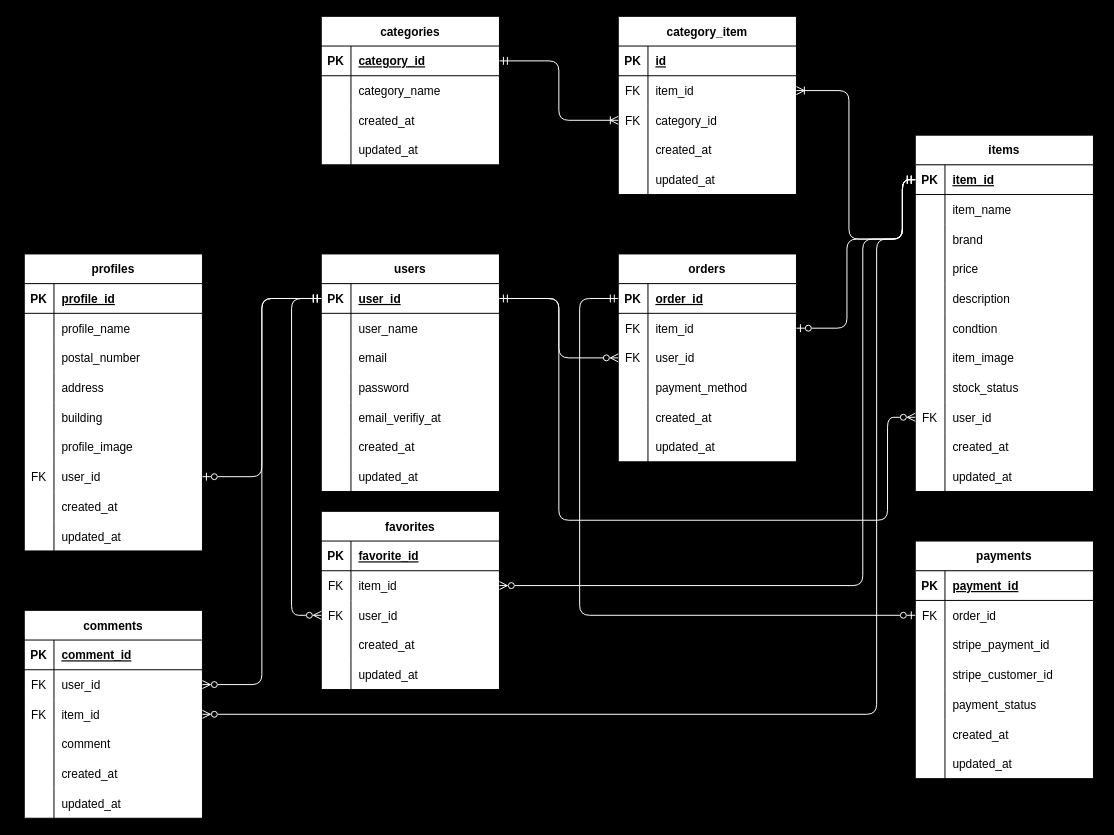
Before: flea_markets_er.dio in ayuka-maruyama/coachtech_flea_markets, a draw.io diagram. Source tidied: cells renumbered, new cells numbered last; positions are measured from the earlier drawing's top-left corner, leaving out a move shared by most shapes. Both pictures are drawn from the tidied source at 99%, with x=0, y=0 at pixel (24, 16).
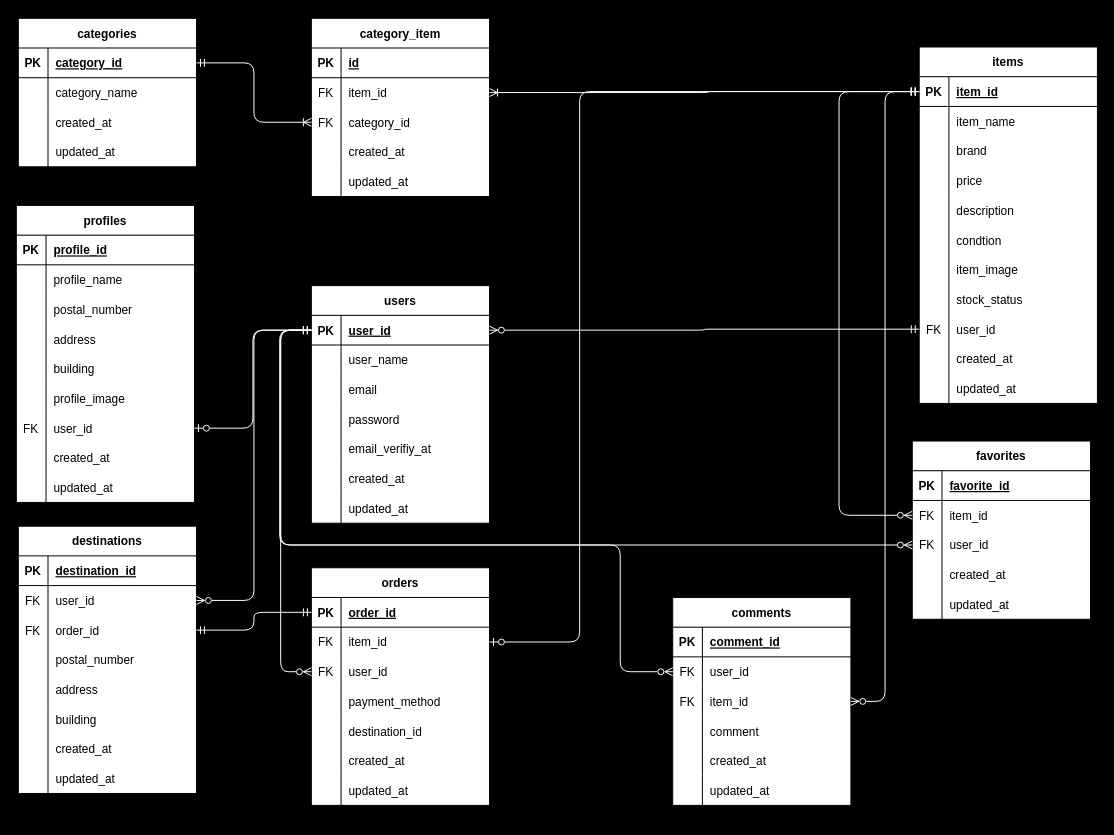
The same page after the edit.

Commit message:
destinationsテーブルの作成

paymentsテーブルを作成していたが、使用しないため削除
destinationsテーブルは購入時の送付先情報を保存するテーブルとして新規作成
テーブル構造変更によるER図の修正

The change refers to these unchanged cells:
```xml
<mxCell id="3" style="shape=tableRow;horizontal=0;startSize=0;swimlaneHead=0;swimlaneBody=0;fillColor=none;points=[[0,0.5],[1,0.5]];portConstraint=eastwest;top=0;left=0;right=0;bottom=1;" parent="2" vertex="1">
  <mxGeometry y="30" width="180" height="30" as="geometry" />
</mxCell>
<mxCell id="16" style="shape=tableRow;horizontal=0;startSize=0;swimlaneHead=0;swimlaneBody=0;fillColor=none;points=[[0,0.5],[1,0.5]];portConstraint=eastwest;top=0;left=0;right=0;bottom=1;" parent="15" vertex="1">
  <mxGeometry y="30" width="180" height="30" as="geometry" />
</mxCell>
<mxCell id="41" style="shape=tableRow;horizontal=0;startSize=0;swimlaneHead=0;swimlaneBody=0;fillColor=none;points=[[0,0.5],[1,0.5]];portConstraint=eastwest;top=0;left=0;right=0;bottom=0;" parent="37" vertex="1">
  <mxGeometry y="60" width="180" height="30" as="geometry" />
</mxCell>
<mxCell id="44" style="shape=tableRow;horizontal=0;startSize=0;swimlaneHead=0;swimlaneBody=0;fillColor=none;points=[[0,0.5],[1,0.5]];portConstraint=eastwest;top=0;left=0;right=0;bottom=0;" parent="37" vertex="1">
  <mxGeometry y="90" width="180" height="30" as="geometry" />
</mxCell>
<mxCell id="54" style="shape=tableRow;horizontal=0;startSize=0;swimlaneHead=0;swimlaneBody=0;fillColor=none;points=[[0,0.5],[1,0.5]];portConstraint=eastwest;top=0;left=0;right=0;bottom=1;" parent="53" vertex="1">
  <mxGeometry y="30" width="180" height="30" as="geometry" />
</mxCell>
<mxCell id="78" style="shape=tableRow;horizontal=0;startSize=0;swimlaneHead=0;swimlaneBody=0;fillColor=none;points=[[0,0.5],[1,0.5]];portConstraint=eastwest;top=0;left=0;right=0;bottom=0;" parent="53" vertex="1">
  <mxGeometry y="270" width="180" height="30" as="geometry" />
</mxCell>
<mxCell id="90" style="shape=tableRow;horizontal=0;startSize=0;swimlaneHead=0;swimlaneBody=0;fillColor=none;points=[[0,0.5],[1,0.5]];portConstraint=eastwest;top=0;left=0;right=0;bottom=1;" parent="89" vertex="1">
  <mxGeometry y="30" width="180" height="30" as="geometry" />
</mxCell>
<mxCell id="93" style="shape=tableRow;horizontal=0;startSize=0;swimlaneHead=0;swimlaneBody=0;fillColor=none;points=[[0,0.5],[1,0.5]];portConstraint=eastwest;top=0;left=0;right=0;bottom=0;" parent="89" vertex="1">
  <mxGeometry y="60" width="180" height="30" as="geometry" />
</mxCell>
<mxCell id="96" style="shape=tableRow;horizontal=0;startSize=0;swimlaneHead=0;swimlaneBody=0;fillColor=none;points=[[0,0.5],[1,0.5]];portConstraint=eastwest;top=0;left=0;right=0;bottom=0;" parent="89" vertex="1">
  <mxGeometry y="90" width="180" height="30" as="geometry" />
</mxCell>
<mxCell id="128" style="shape=tableRow;horizontal=0;startSize=0;swimlaneHead=0;swimlaneBody=0;fillColor=none;points=[[0,0.5],[1,0.5]];portConstraint=eastwest;top=0;left=0;right=0;bottom=0;" parent="109" vertex="1">
  <mxGeometry y="210" width="180" height="30" as="geometry" />
</mxCell>
<mxCell id="140" style="shape=tableRow;horizontal=0;startSize=0;swimlaneHead=0;swimlaneBody=0;fillColor=none;top=0;left=0;right=0;bottom=1;" parent="139" vertex="1">
  <mxGeometry y="30" width="180" height="30" as="geometry" />
</mxCell>
<mxCell id="143" style="shape=tableRow;horizontal=0;startSize=0;swimlaneHead=0;swimlaneBody=0;fillColor=none;points=[[0,0.5],[1,0.5]];portConstraint=eastwest;top=0;left=0;right=0;bottom=0;" parent="139" vertex="1">
  <mxGeometry y="60" width="180" height="30" as="geometry" />
</mxCell>
<mxCell id="165" style="shape=tableRow;horizontal=0;startSize=0;swimlaneHead=0;swimlaneBody=0;fillColor=none;points=[[0,0.5],[1,0.5]];portConstraint=eastwest;top=0;left=0;right=0;bottom=0;" parent="161" vertex="1">
  <mxGeometry y="60" width="180" height="30" as="geometry" />
</mxCell>
<mxCell id="168" style="shape=tableRow;horizontal=0;startSize=0;swimlaneHead=0;swimlaneBody=0;fillColor=none;points=[[0,0.5],[1,0.5]];portConstraint=eastwest;top=0;left=0;right=0;bottom=0;" parent="161" vertex="1">
  <mxGeometry y="90" width="180" height="30" as="geometry" />
</mxCell>
<mxCell id="185" style="shape=tableRow;horizontal=0;startSize=0;swimlaneHead=0;swimlaneBody=0;fillColor=none;points=[[0,0.5],[1,0.5]];portConstraint=eastwest;top=0;left=0;right=0;bottom=0;" parent="181" vertex="1">
  <mxGeometry y="60" width="180" height="30" as="geometry" />
</mxCell>
<mxCell id="188" style="shape=tableRow;horizontal=0;startSize=0;swimlaneHead=0;swimlaneBody=0;fillColor=none;points=[[0,0.5],[1,0.5]];portConstraint=eastwest;top=0;left=0;right=0;bottom=0;" parent="181" vertex="1">
  <mxGeometry y="90" width="180" height="30" as="geometry" />
</mxCell>
```

Change to the diagram source:
```diff
@@
     <mxCell id="2" value="categories" style="shape=table;startSize=30;childLayout=tableLayout;rowLines=0;fontStyle=1;align=center;fillColor=default;swimlaneFillColor=default;" parent="1" vertex="1">
-      <mxGeometry x="300" width="180" height="150" as="geometry" />
+      <mxGeometry x="-6" y="2" width="180" height="150" as="geometry" />
     </mxCell>
@@
     <mxCell id="15" value="users" style="shape=table;startSize=30;childLayout=tableLayout;rowLines=0;fontStyle=1;align=center;fillColor=default;swimlaneFillColor=default;" parent="1" vertex="1">
-      <mxGeometry x="300" y="240" width="180" height="240" as="geometry" />
+      <mxGeometry x="290" y="272" width="180" height="240" as="geometry" />
     </mxCell>
@@
     <mxCell id="37" value="category_item" style="shape=table;startSize=30;childLayout=tableLayout;rowLines=0;fontStyle=1;align=center;fillColor=default;swimlaneFillColor=default;" parent="1" vertex="1">
-      <mxGeometry x="600" width="180" height="180" as="geometry" />
+      <mxGeometry x="290" y="2" width="180" height="180" as="geometry" />
     </mxCell>
@@
     <mxCell id="53" value="items" style="shape=table;startSize=30;childLayout=tableLayout;rowLines=0;fontStyle=1;align=center;fillColor=default;swimlaneFillColor=default;" parent="1" vertex="1">
-      <mxGeometry x="900" y="120" width="180" height="360" as="geometry" />
+      <mxGeometry x="904" y="31" width="180" height="360" as="geometry" />
     </mxCell>
@@
-    <mxCell id="87" style="edgeStyle=orthogonalEdgeStyle;html=1;exitX=1;exitY=0.5;exitDx=0;exitDy=0;entryX=0;entryY=0.5;entryDx=0;entryDy=0;startArrow=ERoneToMany;startFill=0;endArrow=ERmandOne;endFill=0;strokeColor=#FFFFFF;" parent="1" edge="1" source="41" target="54">
-      <mxGeometry relative="1" as="geometry">
-        <Array as="points">
-          <mxPoint x="833" y="75" />
-          <mxPoint x="833" y="225" />
-          <mxPoint x="887" y="225" />
-          <mxPoint x="887" y="165" />
-        </Array>
-      </mxGeometry>
-    </mxCell>
-    <mxCell id="88" style="edgeStyle=orthogonalEdgeStyle;html=1;exitX=0;exitY=0.5;exitDx=0;exitDy=0;entryX=1;entryY=0.5;entryDx=0;entryDy=0;startArrow=ERoneToMany;startFill=0;endArrow=ERmandOne;endFill=0;strokeColor=#FFFFFF;" parent="1" edge="1" source="44" target="3">
-      <mxGeometry relative="1" as="geometry" />
-    </mxCell>
     <mxCell id="89" value="orders" style="shape=table;startSize=30;childLayout=tableLayout;rowLines=0;fontStyle=1;align=center;fillColor=default;swimlaneFillColor=default;" parent="1" vertex="1">
-      <mxGeometry x="600" y="240" width="180" height="210" as="geometry" />
+      <mxGeometry x="290" y="557" width="180" height="240" as="geometry" />
     </mxCell>
@@
+    <mxCell id="202" style="shape=tableRow;horizontal=0;startSize=0;swimlaneHead=0;swimlaneBody=0;fillColor=none;top=0;left=0;right=0;bottom=0;" parent="89" vertex="1">
+      <mxGeometry y="150" width="180" height="30" as="geometry" />
+    </mxCell>
+    <mxCell id="203" style="shape=partialRectangle;fillColor=none;top=0;left=0;bottom=0;right=0;overflow=hidden;" parent="202" vertex="1">
+      <mxGeometry width="30" height="30" as="geometry" />
+    </mxCell>
+    <mxCell id="204" value="destination_id" style="shape=partialRectangle;fillColor=none;top=0;left=0;bottom=0;right=0;align=left;spacingLeft=6;overflow=hidden;" parent="202" vertex="1">
+      <mxGeometry x="30" width="150" height="30" as="geometry" />
+    </mxCell>
     <mxCell id="102" style="shape=tableRow;horizontal=0;startSize=0;swimlaneHead=0;swimlaneBody=0;fillColor=none;top=0;left=0;right=0;bottom=0;" parent="89" vertex="1">
-      <mxGeometry y="150" width="180" height="30" as="geometry" />
+      <mxGeometry y="180" width="180" height="30" as="geometry" />
     </mxCell>
@@
     <mxCell id="105" style="shape=tableRow;horizontal=0;startSize=0;swimlaneHead=0;swimlaneBody=0;fillColor=none;top=0;left=0;right=0;bottom=0;" parent="89" vertex="1">
-      <mxGeometry y="180" width="180" height="30" as="geometry" />
+      <mxGeometry y="210" width="180" height="30" as="geometry" />
     </mxCell>
@@
-    <mxCell id="108" style="edgeStyle=orthogonalEdgeStyle;html=1;exitX=0;exitY=0.5;exitDx=0;exitDy=0;entryX=1;entryY=0.5;entryDx=0;entryDy=0;startArrow=ERzeroToMany;startFill=0;endArrow=ERmandOne;endFill=0;strokeColor=#FFFFFF;" parent="1" edge="1" source="96" target="16">
-      <mxGeometry relative="1" as="geometry" />
-    </mxCell>
     <mxCell id="109" value="profiles" style="shape=table;startSize=30;childLayout=tableLayout;rowLines=0;fontStyle=1;align=center;fillColor=default;swimlaneFillColor=default;" parent="1" vertex="1">
-      <mxGeometry y="240" width="180" height="300" as="geometry" />
+      <mxGeometry x="-8" y="191" width="180" height="300" as="geometry" />
     </mxCell>
@@
-    <mxCell id="137" style="edgeStyle=orthogonalEdgeStyle;html=1;exitX=1;exitY=0.5;exitDx=0;exitDy=0;entryX=0;entryY=0.5;entryDx=0;entryDy=0;startArrow=ERzeroToOne;startFill=0;endArrow=ERmandOne;endFill=0;strokeColor=#FFFFFF;" parent="1" edge="1" source="128" target="16">
-      <mxGeometry relative="1" as="geometry" />
-    </mxCell>
-    <mxCell id="138" style="edgeStyle=orthogonalEdgeStyle;html=1;exitX=1;exitY=0.5;exitDx=0;exitDy=0;entryX=0;entryY=0.5;entryDx=0;entryDy=0;startArrow=ERzeroToOne;startFill=0;endArrow=ERmandOne;endFill=0;strokeColor=#FFFFFF;" parent="1" edge="1" source="93" target="54">
-      <mxGeometry relative="1" as="geometry">
-        <Array as="points">
-          <mxPoint x="831" y="315" />
-          <mxPoint x="831" y="225" />
-          <mxPoint x="887" y="225" />
-          <mxPoint x="887" y="165" />
-        </Array>
-      </mxGeometry>
-    </mxCell>
-    <mxCell id="139" value="payments" style="shape=table;startSize=30;childLayout=tableLayout;rowLines=0;fontStyle=1;align=center;fillColor=default;swimlaneFillColor=default;" parent="1" vertex="1">
-      <mxGeometry x="900" y="530" width="180" height="240" as="geometry" />
+    <mxCell id="139" value="destinations" style="shape=table;startSize=30;childLayout=tableLayout;rowLines=0;fontStyle=1;align=center;fillColor=default;swimlaneFillColor=default;" parent="1" vertex="1">
+      <mxGeometry x="-6" y="515" width="180" height="270" as="geometry" />
     </mxCell>
@@
-    <mxCell id="142" value="payment_id" style="shape=partialRectangle;fillColor=none;top=0;left=0;bottom=0;right=0;align=left;spacingLeft=6;fontStyle=5;overflow=hidden;" parent="140" vertex="1">
+    <mxCell id="142" value="destination_id" style="shape=partialRectangle;fillColor=none;top=0;left=0;bottom=0;right=0;align=left;spacingLeft=6;fontStyle=5;overflow=hidden;" parent="140" vertex="1">
       <mxGeometry x="30" width="150" height="30" as="geometry" />
     </mxCell>
@@
-    <mxCell id="145" value="order_id" style="shape=partialRectangle;fillColor=none;top=0;left=0;bottom=0;right=0;align=left;spacingLeft=6;overflow=hidden;" parent="143" vertex="1">
+    <mxCell id="145" value="user_id" style="shape=partialRectangle;fillColor=none;top=0;left=0;bottom=0;right=0;align=left;spacingLeft=6;overflow=hidden;" parent="143" vertex="1">
       <mxGeometry x="30" width="150" height="30" as="geometry" />
     </mxCell>
+    <mxCell id="205" style="shape=tableRow;horizontal=0;startSize=0;swimlaneHead=0;swimlaneBody=0;fillColor=none;points=[[0,0.5],[1,0.5]];portConstraint=eastwest;top=0;left=0;right=0;bottom=0;" parent="139" vertex="1">
+      <mxGeometry y="90" width="180" height="30" as="geometry" />
+    </mxCell>
+    <mxCell id="206" value="FK" style="shape=partialRectangle;fillColor=none;top=0;left=0;bottom=0;right=0;overflow=hidden;" parent="205" vertex="1">
+      <mxGeometry width="30" height="30" as="geometry" />
+    </mxCell>
+    <mxCell id="207" value="order_id" style="shape=partialRectangle;fillColor=none;top=0;left=0;bottom=0;right=0;align=left;spacingLeft=6;overflow=hidden;" parent="205" vertex="1">
+      <mxGeometry x="30" width="150" height="30" as="geometry" />
+    </mxCell>
     <mxCell id="146" style="shape=tableRow;horizontal=0;startSize=0;swimlaneHead=0;swimlaneBody=0;fillColor=none;top=0;left=0;right=0;bottom=0;" parent="139" vertex="1">
-      <mxGeometry y="90" width="180" height="30" as="geometry" />
+      <mxGeometry y="120" width="180" height="30" as="geometry" />
     </mxCell>
@@
-    <mxCell id="148" value="stripe_payment_id" style="shape=partialRectangle;fillColor=none;top=0;left=0;bottom=0;right=0;align=left;spacingLeft=6;overflow=hidden;" parent="146" vertex="1">
+    <mxCell id="148" value="postal_number" style="shape=partialRectangle;fillColor=none;top=0;left=0;bottom=0;right=0;align=left;spacingLeft=6;overflow=hidden;" parent="146" vertex="1">
       <mxGeometry x="30" width="150" height="30" as="geometry" />
     </mxCell>
     <mxCell id="149" style="shape=tableRow;horizontal=0;startSize=0;swimlaneHead=0;swimlaneBody=0;fillColor=none;top=0;left=0;right=0;bottom=0;" parent="139" vertex="1">
-      <mxGeometry y="120" width="180" height="30" as="geometry" />
+      <mxGeometry y="150" width="180" height="30" as="geometry" />
     </mxCell>
@@
-    <mxCell id="151" value="stripe_customer_id" style="shape=partialRectangle;fillColor=none;top=0;left=0;bottom=0;right=0;align=left;spacingLeft=6;overflow=hidden;" parent="149" vertex="1">
+    <mxCell id="151" value="address" style="shape=partialRectangle;fillColor=none;top=0;left=0;bottom=0;right=0;align=left;spacingLeft=6;overflow=hidden;" parent="149" vertex="1">
       <mxGeometry x="30" width="150" height="30" as="geometry" />
     </mxCell>
     <mxCell id="152" style="shape=tableRow;horizontal=0;startSize=0;swimlaneHead=0;swimlaneBody=0;fillColor=none;top=0;left=0;right=0;bottom=0;" parent="139" vertex="1">
-      <mxGeometry y="150" width="180" height="30" as="geometry" />
+      <mxGeometry y="180" width="180" height="30" as="geometry" />
     </mxCell>
@@
-    <mxCell id="154" value="payment_status" style="shape=partialRectangle;fillColor=none;top=0;left=0;bottom=0;right=0;align=left;spacingLeft=6;overflow=hidden;" parent="152" vertex="1">
+    <mxCell id="154" value="building" style="shape=partialRectangle;fillColor=none;top=0;left=0;bottom=0;right=0;align=left;spacingLeft=6;overflow=hidden;" parent="152" vertex="1">
       <mxGeometry x="30" width="150" height="30" as="geometry" />
     </mxCell>
     <mxCell id="155" style="shape=tableRow;horizontal=0;startSize=0;swimlaneHead=0;swimlaneBody=0;fillColor=none;top=0;left=0;right=0;bottom=0;" parent="139" vertex="1">
-      <mxGeometry y="180" width="180" height="30" as="geometry" />
+      <mxGeometry y="210" width="180" height="30" as="geometry" />
     </mxCell>
@@
     <mxCell id="158" style="shape=tableRow;horizontal=0;startSize=0;swimlaneHead=0;swimlaneBody=0;fillColor=none;top=0;left=0;right=0;bottom=0;" parent="139" vertex="1">
-      <mxGeometry y="210" width="180" height="30" as="geometry" />
+      <mxGeometry y="240" width="180" height="30" as="geometry" />
     </mxCell>
@@
     <mxCell id="161" value="comments" style="shape=table;startSize=30;childLayout=tableLayout;rowLines=0;fontStyle=1;align=center;fillColor=default;swimlaneFillColor=default;" parent="1" vertex="1">
-      <mxGeometry y="600" width="180" height="210" as="geometry" />
+      <mxGeometry x="655" y="587" width="180" height="210" as="geometry" />
     </mxCell>
@@
-    <mxCell id="180" style="edgeStyle=orthogonalEdgeStyle;html=1;exitX=1;exitY=0.5;exitDx=0;exitDy=0;entryX=0;entryY=0.5;entryDx=0;entryDy=0;startArrow=ERzeroToMany;startFill=0;endArrow=ERmandOne;endFill=0;strokeColor=#FFFFFF;" parent="1" edge="1" source="168" target="54">
-      <mxGeometry relative="1" as="geometry">
-        <Array as="points">
-          <mxPoint x="861" y="705" />
-          <mxPoint x="861" y="225" />
-          <mxPoint x="887" y="225" />
-          <mxPoint x="887" y="165" />
-        </Array>
-      </mxGeometry>
-    </mxCell>
     <mxCell id="181" value="favorites" style="shape=table;startSize=30;childLayout=tableLayout;rowLines=0;fontStyle=1;align=center;fillColor=default;swimlaneFillColor=default;" parent="1" vertex="1">
-      <mxGeometry x="300" y="500" width="180" height="180" as="geometry" />
+      <mxGeometry x="897" y="429" width="180" height="180" as="geometry" />
     </mxCell>
@@
+    <mxCell id="208" style="edgeStyle=orthogonalEdgeStyle;html=1;exitX=1;exitY=0.5;exitDx=0;exitDy=0;entryX=0;entryY=0.5;entryDx=0;entryDy=0;endArrow=ERoneToMany;endFill=0;startArrow=ERmandOne;startFill=0;strokeColor=#FFFFFF;" parent="1" edge="1" source="3" target="44">
+      <mxGeometry relative="1" as="geometry" />
+    </mxCell>
+    <mxCell id="87" style="edgeStyle=orthogonalEdgeStyle;html=1;exitX=1;exitY=0.5;exitDx=0;exitDy=0;entryX=0;entryY=0.5;entryDx=0;entryDy=0;startArrow=ERoneToMany;startFill=0;endArrow=ERmandOne;endFill=0;strokeColor=#FFFFFF;" parent="1" edge="1" source="41" target="54">
+      <mxGeometry relative="1" as="geometry">
+        <Array as="points">
+          <mxPoint x="691" y="77" />
+        </Array>
+      </mxGeometry>
+    </mxCell>
+    <mxCell id="137" style="edgeStyle=orthogonalEdgeStyle;html=1;exitX=1;exitY=0.5;exitDx=0;exitDy=0;entryX=0;entryY=0.5;entryDx=0;entryDy=0;strokeColor=#FFFFFF;startArrow=ERzeroToOne;startFill=0;endArrow=ERmandOne;endFill=0;" parent="1" edge="1" source="128" target="16">
+      <mxGeometry relative="1" as="geometry" />
+    </mxCell>
+    <mxCell id="200" style="edgeStyle=orthogonalEdgeStyle;html=1;exitX=1;exitY=0.5;exitDx=0;exitDy=0;entryX=0;entryY=0.5;entryDx=0;entryDy=0;strokeColor=#FFFFFF;startArrow=ERzeroToMany;startFill=0;endArrow=ERmandOne;endFill=0;" parent="1" edge="1" source="16" target="78">
+      <mxGeometry relative="1" as="geometry" />
+    </mxCell>
+    <mxCell id="209" style="edgeStyle=orthogonalEdgeStyle;html=1;exitX=1;exitY=0.5;exitDx=0;exitDy=0;entryX=0;entryY=0.5;entryDx=0;entryDy=0;strokeColor=#FFFFFF;startArrow=ERmandOne;startFill=0;endArrow=ERmandOne;endFill=0;" parent="1" edge="1" source="205" target="90">
+      <mxGeometry relative="1" as="geometry" />
+    </mxCell>
+    <mxCell id="138" style="edgeStyle=orthogonalEdgeStyle;html=1;exitX=1;exitY=0.5;exitDx=0;exitDy=0;strokeColor=#FFFFFF;startArrow=ERzeroToOne;startFill=0;endArrow=ERmandOne;endFill=0;" parent="1" edge="1" source="93" target="54">
+      <mxGeometry relative="1" as="geometry">
+        <Array as="points">
+          <mxPoint x="561" y="632" />
+          <mxPoint x="561" y="76" />
+        </Array>
+      </mxGeometry>
+    </mxCell>
+    <mxCell id="108" style="edgeStyle=orthogonalEdgeStyle;html=1;exitX=0;exitY=0.5;exitDx=0;exitDy=0;entryX=0;entryY=0.5;entryDx=0;entryDy=0;strokeColor=#FFFFFF;startArrow=ERzeroToMany;startFill=0;endArrow=ERmandOne;endFill=0;" parent="1" edge="1" source="96" target="16">
+      <mxGeometry relative="1" as="geometry">
+        <Array as="points">
+          <mxPoint x="259" y="662" />
+          <mxPoint x="259" y="317" />
+        </Array>
+      </mxGeometry>
+    </mxCell>
+    <mxCell id="198" style="edgeStyle=orthogonalEdgeStyle;html=1;exitX=0;exitY=0.5;exitDx=0;exitDy=0;entryX=0;entryY=0.5;entryDx=0;entryDy=0;strokeColor=#FFFFFF;startArrow=ERzeroToMany;startFill=0;endArrow=ERmandOne;endFill=0;" parent="1" edge="1" source="185" target="54">
+      <mxGeometry relative="1" as="geometry">
+        <Array as="points">
+          <mxPoint x="823" y="504" />
+          <mxPoint x="823" y="76" />
+        </Array>
+      </mxGeometry>
+    </mxCell>
+    <mxCell id="180" style="edgeStyle=orthogonalEdgeStyle;html=1;exitX=1;exitY=0.5;exitDx=0;exitDy=0;entryX=0;entryY=0.5;entryDx=0;entryDy=0;strokeColor=#FFFFFF;startArrow=ERzeroToMany;startFill=0;endArrow=ERmandOne;endFill=0;" parent="1" edge="1" source="168" target="54">
+      <mxGeometry relative="1" as="geometry" />
+    </mxCell>
-    <mxCell id="197" style="edgeStyle=orthogonalEdgeStyle;html=1;exitX=0;exitY=0.5;exitDx=0;exitDy=0;entryX=0;entryY=0.5;entryDx=0;entryDy=0;startArrow=ERzeroToMany;startFill=0;endArrow=ERmandOne;endFill=0;strokeColor=#FFFFFF;" parent="1" edge="1" source="188" target="16">
+    <mxCell id="197" style="edgeStyle=orthogonalEdgeStyle;html=1;exitX=0;exitY=0.5;exitDx=0;exitDy=0;entryX=0;entryY=0.5;entryDx=0;entryDy=0;strokeColor=#FFFFFF;startArrow=ERzeroToMany;startFill=0;endArrow=ERmandOne;endFill=0;" parent="1" edge="1" source="188" target="16">
       <mxGeometry relative="1" as="geometry">
         <Array as="points">
-          <mxPoint x="270" y="605" />
-          <mxPoint x="270" y="285" />
+          <mxPoint x="259" y="534" />
+          <mxPoint x="259" y="317" />
         </Array>
       </mxGeometry>
     </mxCell>
-    <mxCell id="198" style="edgeStyle=orthogonalEdgeStyle;html=1;exitX=1;exitY=0.5;exitDx=0;exitDy=0;entryX=0;entryY=0.5;entryDx=0;entryDy=0;startArrow=ERzeroToMany;startFill=0;endArrow=ERmandOne;endFill=0;strokeColor=#FFFFFF;" parent="1" edge="1" source="185" target="54">
-      <mxGeometry relative="1" as="geometry">
-        <Array as="points">
-          <mxPoint x="847" y="575" />
-          <mxPoint x="847" y="225" />
-          <mxPoint x="887" y="225" />
-          <mxPoint x="887" y="165" />
-        </Array>
-      </mxGeometry>
-    </mxCell>
-    <mxCell id="199" style="edgeStyle=orthogonalEdgeStyle;html=1;exitX=0;exitY=0.5;exitDx=0;exitDy=0;entryX=0;entryY=0.5;entryDx=0;entryDy=0;endArrow=ERmandOne;endFill=0;startArrow=ERzeroToOne;startFill=0;strokeColor=#FFFFFF;" parent="1" edge="1" source="143" target="90">
-      <mxGeometry relative="1" as="geometry">
-        <Array as="points">
-          <mxPoint x="561" y="605" />
-          <mxPoint x="561" y="285" />
-        </Array>
-      </mxGeometry>
-    </mxCell>
-    <mxCell id="200" style="edgeStyle=orthogonalEdgeStyle;html=1;exitX=1;exitY=0.5;exitDx=0;exitDy=0;entryX=0;entryY=0.5;entryDx=0;entryDy=0;endArrow=ERzeroToMany;endFill=0;fontColor=#FFFFFF;labelBackgroundColor=#000000;strokeColor=#FFFFFF;" parent="1" edge="1" source="16" target="78">
-      <mxGeometry relative="1" as="geometry">
-        <Array as="points">
-          <mxPoint x="540" y="285" />
-          <mxPoint x="540" y="509" />
-          <mxPoint x="872" y="509" />
-          <mxPoint x="872" y="405" />
-        </Array>
-      </mxGeometry>
-    </mxCell>
-    <mxCell id="201" style="edgeStyle=orthogonalEdgeStyle;html=1;exitX=1;exitY=0.5;exitDx=0;exitDy=0;entryX=0;entryY=0.5;entryDx=0;entryDy=0;startArrow=ERzeroToMany;startFill=0;endArrow=ERmandOne;endFill=0;fontColor=#FFFFFF;labelBackgroundColor=#000000;strokeColor=#FFFFFF;" parent="1" edge="1" source="165" target="16">
+    <mxCell id="201" style="edgeStyle=orthogonalEdgeStyle;html=1;exitX=0;exitY=0.5;exitDx=0;exitDy=0;entryX=0;entryY=0.5;entryDx=0;entryDy=0;strokeColor=#FFFFFF;startArrow=ERzeroToMany;startFill=0;endArrow=ERmandOne;endFill=0;" parent="1" edge="1" source="165" target="16">
       <mxGeometry relative="1" as="geometry">
         <Array as="points">
-          <mxPoint x="240" y="675" />
-          <mxPoint x="240" y="285" />
+          <mxPoint x="602" y="662" />
+          <mxPoint x="602" y="534" />
+          <mxPoint x="258" y="534" />
+          <mxPoint x="258" y="317" />
         </Array>
       </mxGeometry>
     </mxCell>
+    <mxCell id="210" style="edgeStyle=orthogonalEdgeStyle;html=1;exitX=1;exitY=0.5;exitDx=0;exitDy=0;endArrow=ERmandOne;endFill=0;startArrow=ERzeroToMany;startFill=0;strokeColor=#FFFFFF;" parent="1" edge="1" source="143" target="16">
+      <mxGeometry relative="1" as="geometry" />
+    </mxCell>
```
